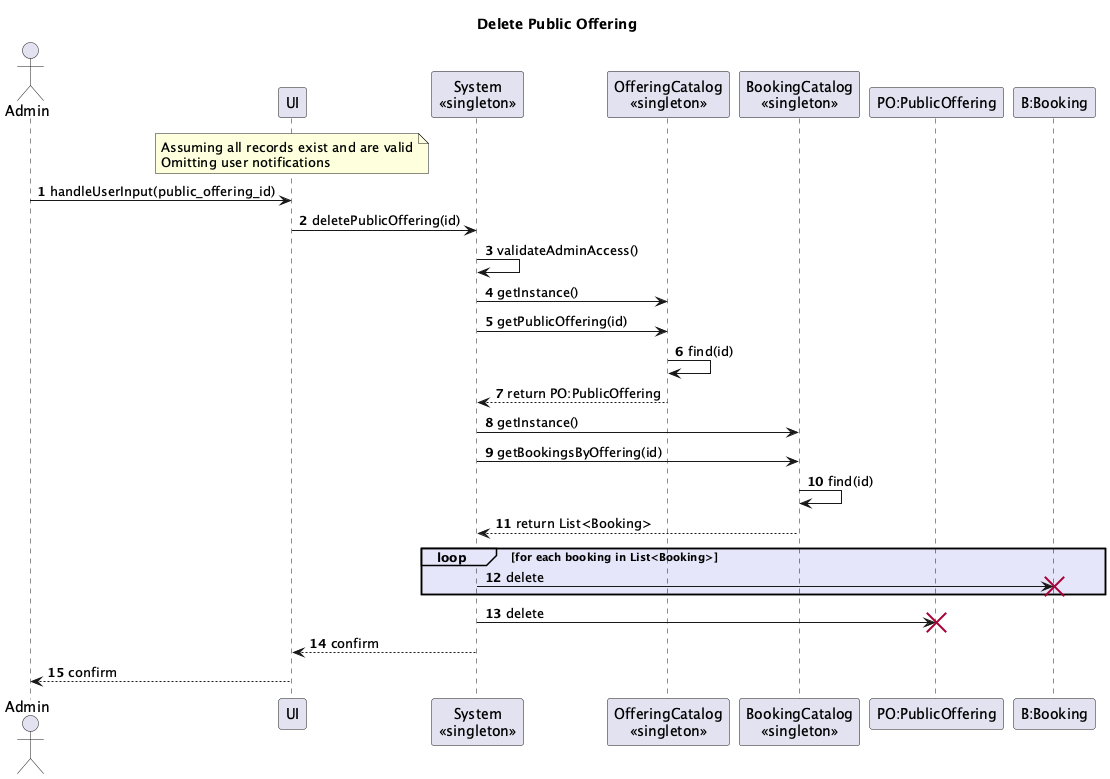
The PlantUML diagram System-Diagrams/UML Interaction/Admin/Admin-Interaction-Diagrams_006.png in vibqetowi/soen-342-project, before a commit.
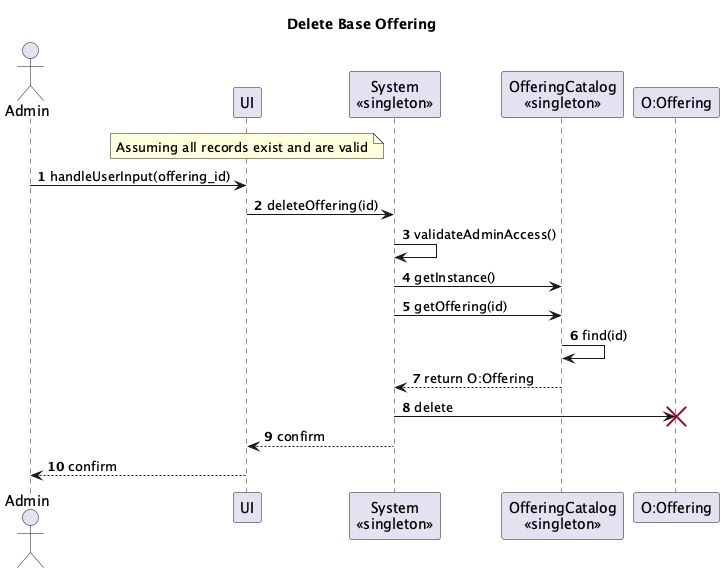
Above is the later version.

Change to the diagram source:
```diff
@@ -3,38 +3,25 @@
 participant UI
 participant "System\n<<singleton>>" as System
 participant "OfferingCatalog\n<<singleton>>" as OfferingCatalog
-participant "BookingCatalog\n<<singleton>>" as BookingCatalog
-participant "PO:PublicOffering" as PublicOffering
-participant "B:Booking" as Booking
+participant "O:Offering" as Offering
 
-title Delete Public Offering
+title Delete Base Offering
 
 note over UI
 Assuming all records exist and are valid
-Omitting user notifications
 end note
 
 autonumber
 
-Admin -> UI: handleUserInput(public_offering_id)
-UI -> System: deletePublicOffering(id)
+Admin -> UI: handleUserInput(offering_id)
+UI -> System: deleteOffering(id)
 
 System -> System: validateAdminAccess()
 System -> OfferingCatalog: getInstance()
-System -> OfferingCatalog: getPublicOffering(id)
+System -> OfferingCatalog: getOffering(id)
 OfferingCatalog -> OfferingCatalog: find(id)
-OfferingCatalog --> System: return PO:PublicOffering
-
-System -> BookingCatalog: getInstance()
-System -> BookingCatalog: getBookingsByOffering(id)
-BookingCatalog -> BookingCatalog: find(id)
-BookingCatalog --> System: return List<Booking>
-
-loop#e6e6fa #e6e6fa for each booking in List<Booking>
-    System -> Booking !!: delete
-end
-
-System -> PublicOffering !!: delete
+OfferingCatalog --> System: return O:Offering
+System -> Offering !!: delete
 System --> UI: confirm
 UI --> Admin: confirm
 @enduml
```
